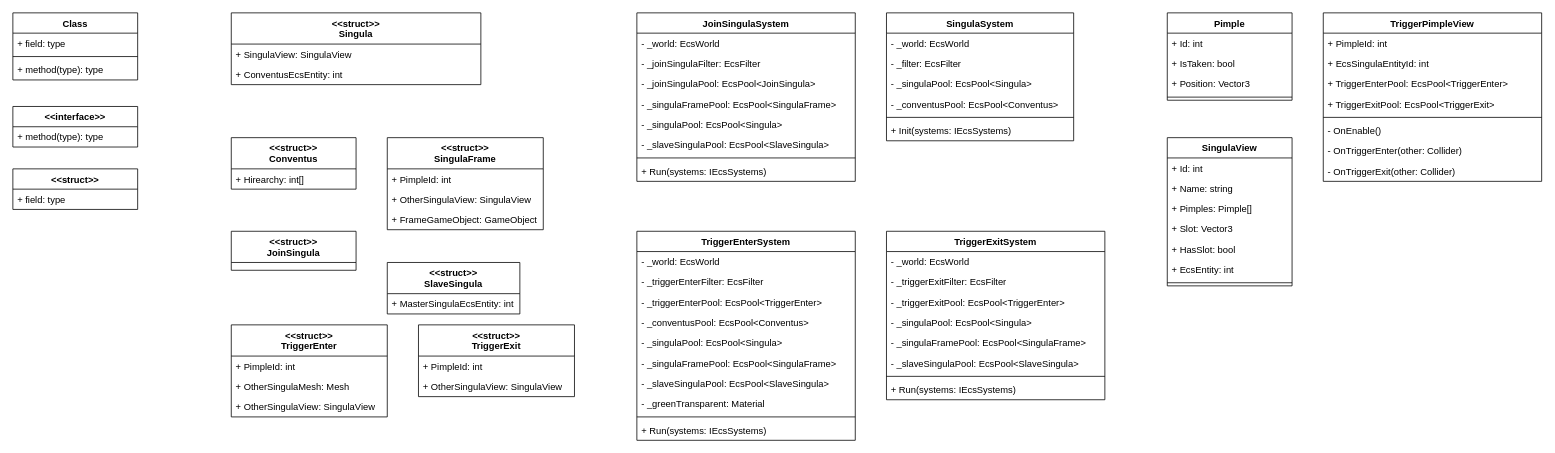
Before: page "New Class Diagram (ECS)" (3 of 3) of Diagrams/Architecture.drawio in Ambashadur/Construct, a draw.io diagram. Source tidied: cells renumbered, new cells numbered last; positions are measured from the earlier drawing's top-left corner, leaving out a move shared by most shapes. Both pictures are drawn from the tidied source at 78%, with x=0, y=0 at pixel (12, 12).
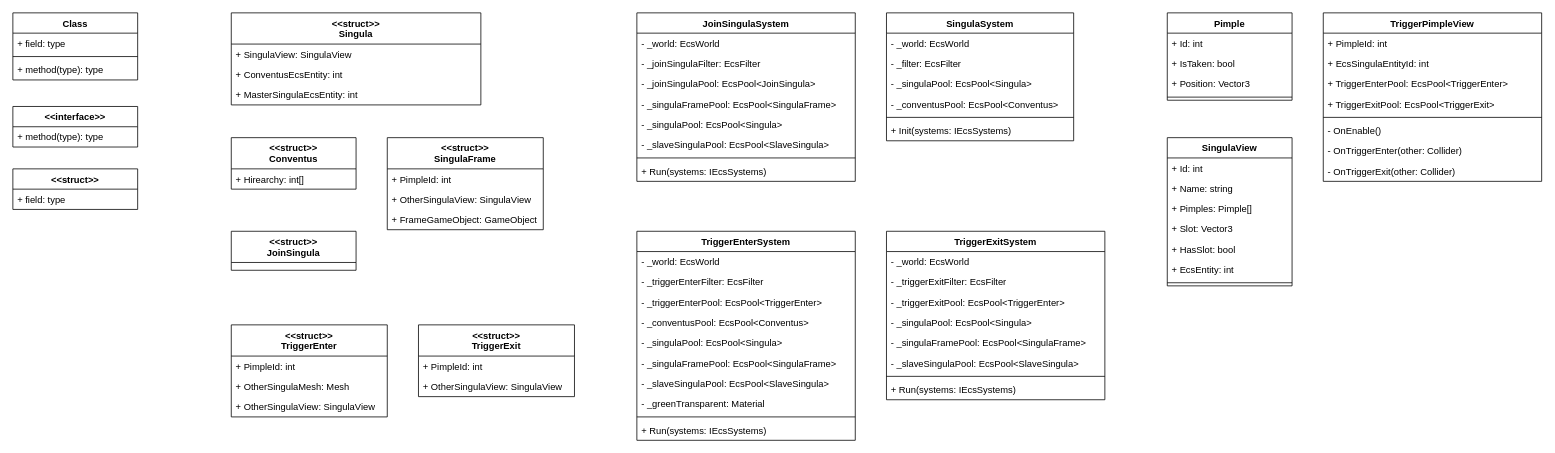
After the change.

The edit, as a diff of the source:
```diff
@@
     <mxCell id="10" value="&lt;&lt;struct&gt;&gt;&#10;Singula" style="swimlane;fontStyle=1;align=center;verticalAlign=top;horizontal=1;startSize=40;" parent="1" vertex="1">
-      <mxGeometry x="280" width="320" height="92" as="geometry" />
+      <mxGeometry x="280" width="320" height="118" as="geometry" />
     </mxCell>
@@
+    <mxCell id="21" value="+ MasterSingulaEcsEntity: int" style="text;strokeColor=none;fillColor=none;align=left;verticalAlign=top;spacingLeft=4;spacingRight=4;overflow=hidden;" parent="10" vertex="1">
+      <mxGeometry y="92" width="320" height="26" as="geometry" />
+    </mxCell>
@@
-    <mxCell id="20" value="&lt;&lt;struct&gt;&gt;&#10;SlaveSingula" style="swimlane;fontStyle=1;align=center;verticalAlign=top;horizontal=1;startSize=40;" parent="1" vertex="1">
-      <mxGeometry x="480" y="320" width="170" height="66" as="geometry" />
-    </mxCell>
-    <mxCell id="21" value="+ MasterSingulaEcsEntity: int" style="text;strokeColor=none;fillColor=none;align=left;verticalAlign=top;spacingLeft=4;spacingRight=4;overflow=hidden;" parent="20" vertex="1">
-      <mxGeometry y="40" width="170" height="26" as="geometry" />
-    </mxCell>
```
